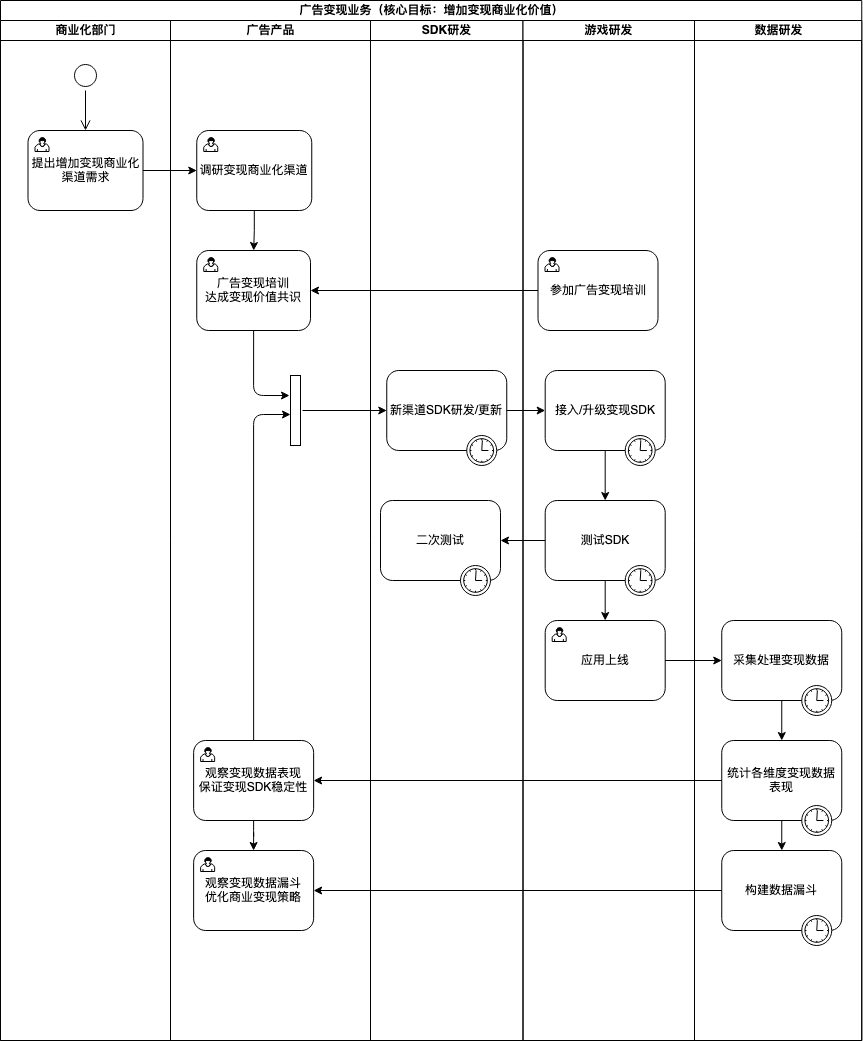
chen-quan-long/hello-world keeps this draw.io diagram as 广告变现业务.png. Above is the earlier version. Source tidied: cells renumbered, new cells last; positions are measured from the earlier drawing's top-left corner, leaving out a move shared by most shapes.
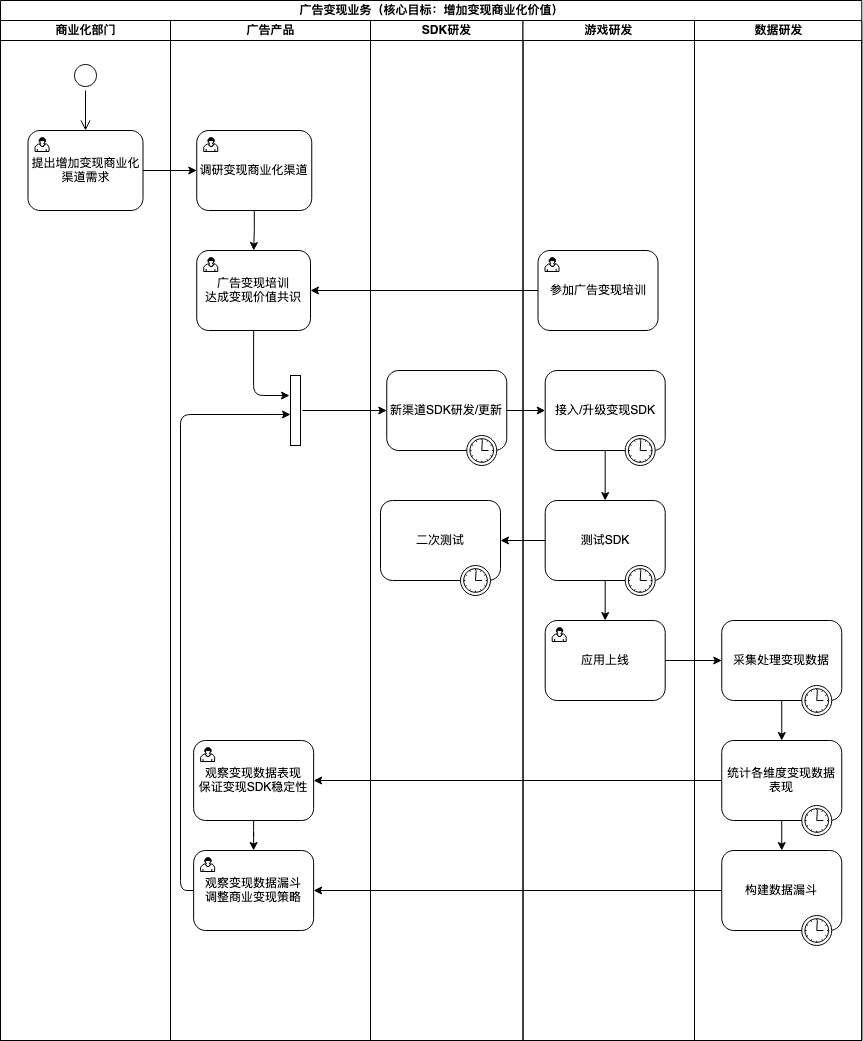
After the change.

Commit message:
更新广告变现业务.png

The edit, as a diff of the source:
```diff
@@ -49,13 +49,18 @@
     <mxCell id="14" style="edgeStyle=orthogonalEdgeStyle;rounded=0;jettySize=auto;html=1;" parent="8" edge="1" source="9" target="12">
       <mxGeometry relative="1" as="geometry" />
     </mxCell>
-    <mxCell id="15" style="edgeStyle=orthogonalEdgeStyle;curved=0;rounded=1;sketch=0;jettySize=auto;html=1;exitX=0.5;exitY=0;exitDx=0;exitDy=0;entryX=1;entryY=0.443;entryDx=0;entryDy=0;entryPerimeter=0;" parent="8" edge="1" source="20" target="16">
-      <mxGeometry relative="1" as="geometry" />
+    <mxCell id="15" style="edgeStyle=orthogonalEdgeStyle;curved=0;rounded=1;sketch=0;jettySize=auto;html=1;exitX=0;exitY=0.5;exitDx=0;exitDy=0;entryX=1;entryY=0.443;entryDx=0;entryDy=0;entryPerimeter=0;" parent="8" edge="1" source="17" target="16">
+      <mxGeometry relative="1" as="geometry">
+        <Array as="points">
+          <mxPoint x="10" y="870" />
+          <mxPoint x="10" y="394" />
+        </Array>
+      </mxGeometry>
     </mxCell>
     <mxCell id="16" style="html=1;points=[];perimeter=orthogonalPerimeter;rounded=0;sketch=0;direction=west;" parent="8" vertex="1">
       <mxGeometry x="120" y="355" width="10" height="70" as="geometry" />
     </mxCell>
-    <mxCell id="17" value="&lt;div&gt;观察变现数据漏斗&lt;/div&gt;&lt;div&gt;优化商业变现策略&lt;br&gt;&lt;/div&gt;" style="html=1;whiteSpace=wrap;rounded=1;sketch=0;" parent="8" vertex="1">
+    <mxCell id="17" value="&lt;div&gt;观察变现数据漏斗&lt;/div&gt;&lt;div&gt;调整商业变现策略&lt;br&gt;&lt;/div&gt;" style="html=1;whiteSpace=wrap;rounded=1;sketch=0;" parent="8" vertex="1">
       <mxGeometry x="23.1" y="830" width="120" height="80" as="geometry" />
     </mxCell>
     <mxCell id="18" style="html=1;shape=mxgraph.bpmn.user_task;" parent="17" vertex="1">
```
